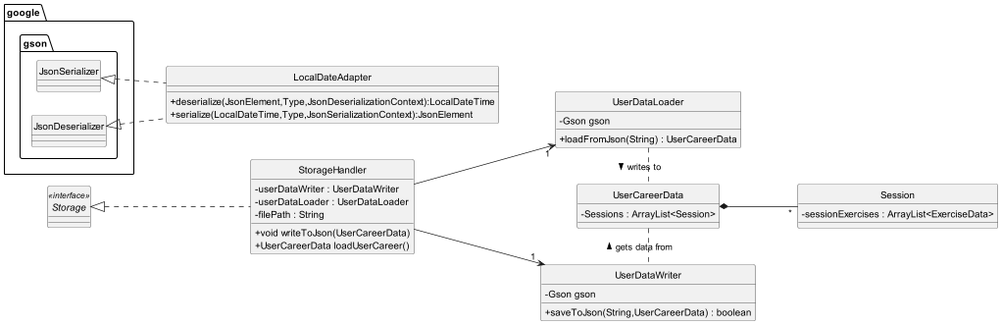
nus-cs2113-AY2223S2/tp keeps this PlantUML diagram as docs/UML/Images/StorageHandlerClass.png. Above is the earlier version.
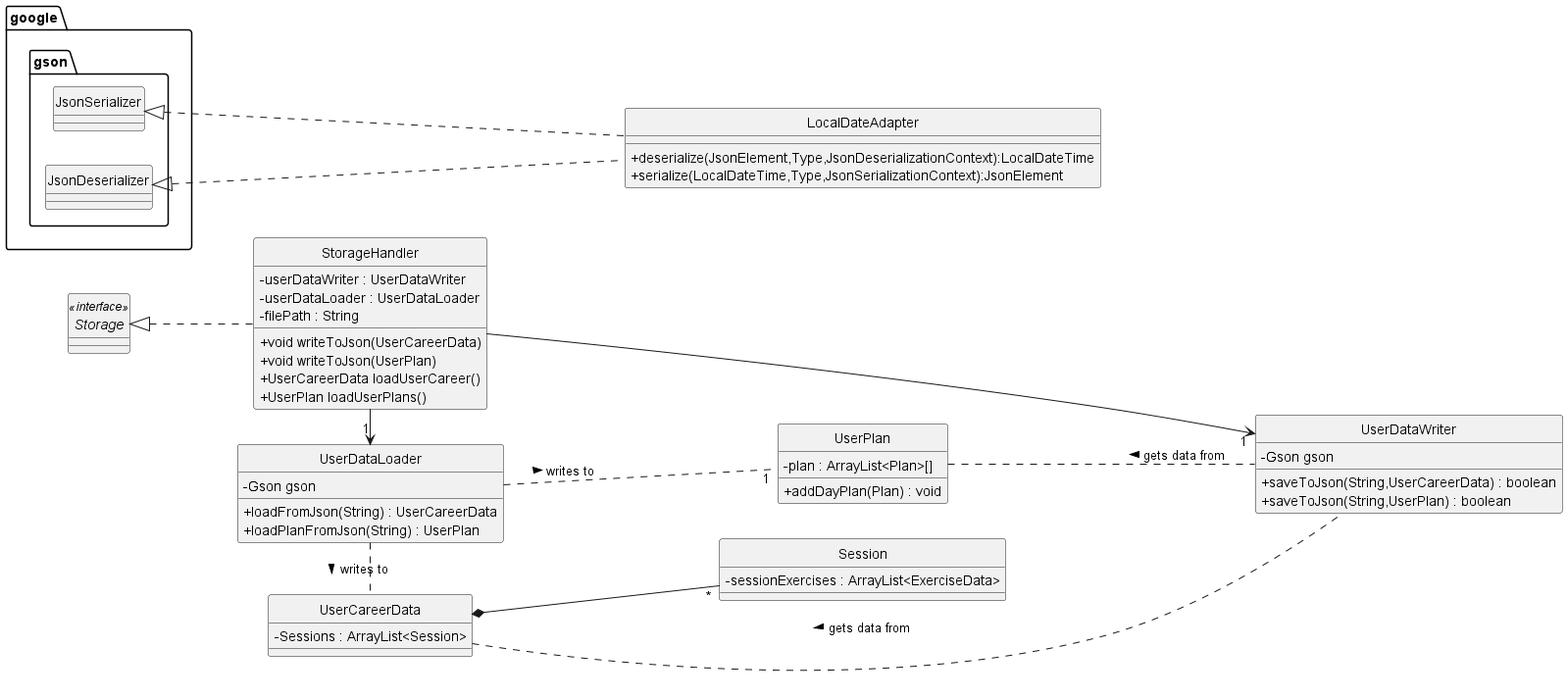
Later version of the same file.

Change to the diagram source:
```diff
@@ -12,15 +12,24 @@
 - userDataLoader : UserDataLoader
 - filePath : String
 + void writeToJson(UserCareerData)
++ void writeToJson(UserPlan)
 + UserCareerData loadUserCareer()
++ UserPlan loadUserPlans()
 }
 class UserDataLoader {
 - Gson gson
 + loadFromJson(String) : UserCareerData
++ loadPlanFromJson(String) : UserPlan
 }
 class UserDataWriter {
 - Gson gson
 + saveToJson(String,UserCareerData) : boolean
++ saveToJson(String,UserPlan) : boolean
+}
+
+class UserPlan {
+- plan : ArrayList<Plan>[]
++ addDayPlan(Plan) : void
 }
 
 class Session{
@@ -34,15 +43,16 @@
 }
 
 UserDataLoader . UserCareerData : writes to >
+UserDataLoader .. "1" UserPlan : writes to >
 UserCareerData . UserDataWriter : gets data from <
-
+UserPlan .. UserDataWriter : gets data from <
 UserCareerData *-- "*" Session
 
 Storage <|.. StorageHandler
 
-StorageHandler --> "1" UserDataLoader
-StorageHandler --> "1" UserDataWriter
+StorageHandler -> "1" UserDataLoader
+StorageHandler -> "1" UserDataWriter
 
-google.gson.JsonSerializer <|.. LocalDateAdapter
-google.gson.JsonDeserializer <|.. LocalDateAdapter
+google.gson.JsonSerializer <|... LocalDateAdapter
+google.gson.JsonDeserializer <|... LocalDateAdapter
 @enduml
```
